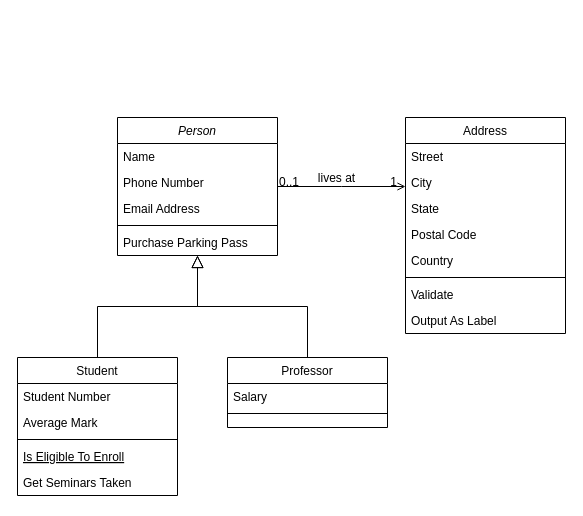
Earlier version of the draw.io diagram Diagrama sem nome.drawio (Meiguins/Desafio-IPhone). Source tidied: cells renumbered, new cells numbered last; positions are measured from the earlier drawing's top-left corner, leaving out a move shared by most shapes. Both pictures are drawn from the tidied source at 100%, with x=0, y=0 at pixel (17, 117).
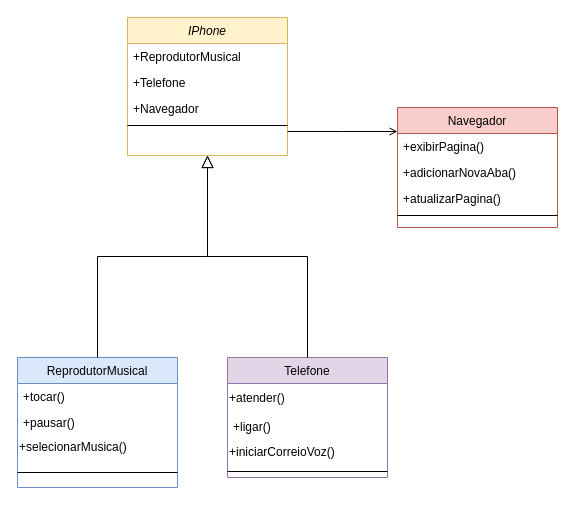
Above is the later version.

The change refers to these unchanged cells:
```xml
<mxCell id="28" style="endArrow=open;shadow=0;strokeWidth=1;rounded=0;endFill=1;edgeStyle=elbowEdgeStyle;elbow=vertical;" parent="1" edge="1" source="2" target="19">
  <mxGeometry x="0.5" y="41" relative="1" as="geometry">
    <mxPoint x="-40" y="32" as="offset" />
  </mxGeometry>
</mxCell>
```

Diff of the diagram source:
```diff
@@
-    <mxCell id="2" value="Person" style="swimlane;fontStyle=2;align=center;verticalAlign=top;horizontal=1;startSize=26;rounded=0;shadow=0;strokeWidth=1;" parent="1" vertex="1">
-      <mxGeometry x="100" width="160" height="138" as="geometry" />
+    <mxCell id="2" value="IPhone&#10;" style="swimlane;fontStyle=2;align=center;verticalAlign=top;horizontal=1;startSize=26;rounded=0;shadow=0;strokeWidth=1;fillColor=#fff2cc;strokeColor=#d6b656;" parent="1" vertex="1">
+      <mxGeometry x="110" y="-100" width="160" height="138" as="geometry" />
     </mxCell>
-    <mxCell id="3" value="Name" style="text;align=left;verticalAlign=top;spacingLeft=4;spacingRight=4;overflow=hidden;" parent="2" vertex="1">
+    <mxCell id="3" value="+ReprodutorMusical" style="text;align=left;verticalAlign=top;spacingLeft=4;spacingRight=4;overflow=hidden;" parent="2" vertex="1">
       <mxGeometry y="26" width="160" height="26" as="geometry" />
     </mxCell>
-    <mxCell id="4" value="Phone Number" style="text;align=left;verticalAlign=top;spacingLeft=4;spacingRight=4;overflow=hidden;rounded=0;shadow=0;html=0;" parent="2" vertex="1">
+    <mxCell id="4" value="+Telefone" style="text;align=left;verticalAlign=top;spacingLeft=4;spacingRight=4;overflow=hidden;rounded=0;shadow=0;html=0;" parent="2" vertex="1">
       <mxGeometry y="52" width="160" height="26" as="geometry" />
     </mxCell>
-    <mxCell id="5" value="Email Address" style="text;align=left;verticalAlign=top;spacingLeft=4;spacingRight=4;overflow=hidden;rounded=0;shadow=0;html=0;" parent="2" vertex="1">
+    <mxCell id="5" value="+Navegador" style="text;align=left;verticalAlign=top;spacingLeft=4;spacingRight=4;overflow=hidden;rounded=0;shadow=0;html=0;" parent="2" vertex="1">
       <mxGeometry y="78" width="160" height="26" as="geometry" />
     </mxCell>
@@
-    <mxCell id="7" value="Purchase Parking Pass" style="text;align=left;verticalAlign=top;spacingLeft=4;spacingRight=4;overflow=hidden;" parent="2" vertex="1">
-      <mxGeometry y="112" width="160" height="26" as="geometry" />
-    </mxCell>
-    <mxCell id="8" value="Student" style="swimlane;fontStyle=0;align=center;verticalAlign=top;horizontal=1;startSize=26;rounded=0;shadow=0;strokeWidth=1;" parent="1" vertex="1">
-      <mxGeometry y="240" width="160" height="138" as="geometry" />
+    <mxCell id="8" value="ReprodutorMusical&#10;" style="swimlane;fontStyle=0;align=center;verticalAlign=top;horizontal=1;startSize=26;rounded=0;shadow=0;strokeWidth=1;fillColor=#dae8fc;strokeColor=#6c8ebf;" parent="1" vertex="1">
+      <mxGeometry y="240" width="160" height="130" as="geometry" />
     </mxCell>
-    <mxCell id="9" value="Student Number" style="text;align=left;verticalAlign=top;spacingLeft=4;spacingRight=4;overflow=hidden;" parent="8" vertex="1">
+    <mxCell id="9" value="+tocar()" style="text;align=left;verticalAlign=top;spacingLeft=4;spacingRight=4;overflow=hidden;" parent="8" vertex="1">
       <mxGeometry y="26" width="160" height="26" as="geometry" />
     </mxCell>
-    <mxCell id="10" value="Average Mark" style="text;align=left;verticalAlign=top;spacingLeft=4;spacingRight=4;overflow=hidden;rounded=0;shadow=0;html=0;" parent="8" vertex="1">
-      <mxGeometry y="52" width="160" height="26" as="geometry" />
+    <mxCell id="10" value="+pausar()" style="text;align=left;verticalAlign=top;spacingLeft=4;spacingRight=4;overflow=hidden;rounded=0;shadow=0;html=0;" parent="8" vertex="1">
+      <mxGeometry y="52" width="160" height="28" as="geometry" />
     </mxCell>
+    <mxCell id="32" value="+selecionarMusica()" style="text;html=1;strokeColor=none;fillColor=none;align=left;verticalAlign=middle;whiteSpace=wrap;rounded=0;" parent="8" vertex="1">
+      <mxGeometry y="80" width="160" height="20" as="geometry" />
+    </mxCell>
     <mxCell id="11" style="line;html=1;strokeWidth=1;align=left;verticalAlign=middle;spacingTop=-1;spacingLeft=3;spacingRight=3;labelPosition=right;" parent="8" vertex="1">
-      <mxGeometry y="78" width="160" height="8" as="geometry" />
+      <mxGeometry y="100" width="160" height="30" as="geometry" />
     </mxCell>
-    <mxCell id="12" value="Is Eligible To Enroll" style="text;align=left;verticalAlign=top;spacingLeft=4;spacingRight=4;overflow=hidden;fontStyle=4;" parent="8" vertex="1">
-      <mxGeometry y="86" width="160" height="26" as="geometry" />
-    </mxCell>
-    <mxCell id="13" value="Get Seminars Taken" style="text;align=left;verticalAlign=top;spacingLeft=4;spacingRight=4;overflow=hidden;" parent="8" vertex="1">
-      <mxGeometry y="112" width="160" height="26" as="geometry" />
-    </mxCell>
@@
-    <mxCell id="15" value="Professor" style="swimlane;fontStyle=0;align=center;verticalAlign=top;horizontal=1;startSize=26;rounded=0;shadow=0;strokeWidth=1;" parent="1" vertex="1">
-      <mxGeometry x="210" y="240" width="160" height="70" as="geometry" />
+    <mxCell id="15" value="Telefone" style="swimlane;fontStyle=0;align=center;verticalAlign=top;horizontal=1;startSize=26;rounded=0;shadow=0;strokeWidth=1;fillColor=#e1d5e7;strokeColor=#9673a6;" parent="1" vertex="1">
+      <mxGeometry x="210" y="240" width="160" height="120" as="geometry" />
     </mxCell>
+    <mxCell id="33" value="+atender()" style="text;html=1;strokeColor=none;fillColor=none;align=left;verticalAlign=middle;whiteSpace=wrap;rounded=0;" parent="15" vertex="1">
+      <mxGeometry y="26" width="160" height="30" as="geometry" />
+    </mxCell>
-    <mxCell id="16" value="Salary" style="text;align=left;verticalAlign=top;spacingLeft=4;spacingRight=4;overflow=hidden;" parent="15" vertex="1">
-      <mxGeometry y="26" width="160" height="26" as="geometry" />
+    <mxCell id="16" value="+ligar()" style="text;align=left;verticalAlign=top;spacingLeft=4;spacingRight=4;overflow=hidden;" parent="15" vertex="1">
+      <mxGeometry y="56" width="160" height="24" as="geometry" />
     </mxCell>
+    <mxCell id="34" value="+iniciarCorreioVoz()" style="text;html=1;strokeColor=none;fillColor=none;align=left;verticalAlign=middle;whiteSpace=wrap;rounded=0;" parent="15" vertex="1">
+      <mxGeometry y="80" width="160" height="30" as="geometry" />
+    </mxCell>
     <mxCell id="17" style="line;html=1;strokeWidth=1;align=left;verticalAlign=middle;spacingTop=-1;spacingLeft=3;spacingRight=3;labelPosition=right;" parent="15" vertex="1">
-      <mxGeometry y="52" width="160" height="8" as="geometry" />
+      <mxGeometry y="110" width="160" height="8" as="geometry" />
     </mxCell>
@@
-    <mxCell id="19" value="Address" style="swimlane;fontStyle=0;align=center;verticalAlign=top;horizontal=1;startSize=26;rounded=0;shadow=0;strokeWidth=1;" parent="1" vertex="1">
-      <mxGeometry x="388" width="160" height="216" as="geometry" />
+    <mxCell id="19" value="Navegador" style="swimlane;fontStyle=0;align=center;verticalAlign=top;horizontal=1;startSize=26;rounded=0;shadow=0;strokeWidth=1;fillColor=#f8cecc;strokeColor=#b85450;" parent="1" vertex="1">
+      <mxGeometry x="380" y="-10" width="160" height="120" as="geometry" />
     </mxCell>
-    <mxCell id="20" value="Street" style="text;align=left;verticalAlign=top;spacingLeft=4;spacingRight=4;overflow=hidden;" parent="19" vertex="1">
+    <mxCell id="20" value="+exibirPagina()" style="text;align=left;verticalAlign=top;spacingLeft=4;spacingRight=4;overflow=hidden;" parent="19" vertex="1">
       <mxGeometry y="26" width="160" height="26" as="geometry" />
     </mxCell>
-    <mxCell id="21" value="City" style="text;align=left;verticalAlign=top;spacingLeft=4;spacingRight=4;overflow=hidden;rounded=0;shadow=0;html=0;" parent="19" vertex="1">
+    <mxCell id="21" value="+adicionarNovaAba()" style="text;align=left;verticalAlign=top;spacingLeft=4;spacingRight=4;overflow=hidden;rounded=0;shadow=0;html=0;" parent="19" vertex="1">
       <mxGeometry y="52" width="160" height="26" as="geometry" />
     </mxCell>
-    <mxCell id="22" value="State" style="text;align=left;verticalAlign=top;spacingLeft=4;spacingRight=4;overflow=hidden;rounded=0;shadow=0;html=0;" parent="19" vertex="1">
+    <mxCell id="22" value="+atualizarPagina()" style="text;align=left;verticalAlign=top;spacingLeft=4;spacingRight=4;overflow=hidden;rounded=0;shadow=0;html=0;" parent="19" vertex="1">
       <mxGeometry y="78" width="160" height="26" as="geometry" />
     </mxCell>
-    <mxCell id="23" value="Postal Code" style="text;align=left;verticalAlign=top;spacingLeft=4;spacingRight=4;overflow=hidden;rounded=0;shadow=0;html=0;" parent="19" vertex="1">
-      <mxGeometry y="104" width="160" height="26" as="geometry" />
-    </mxCell>
-    <mxCell id="24" value="Country" style="text;align=left;verticalAlign=top;spacingLeft=4;spacingRight=4;overflow=hidden;rounded=0;shadow=0;html=0;" parent="19" vertex="1">
-      <mxGeometry y="130" width="160" height="26" as="geometry" />
-    </mxCell>
     <mxCell id="25" style="line;html=1;strokeWidth=1;align=left;verticalAlign=middle;spacingTop=-1;spacingLeft=3;spacingRight=3;labelPosition=right;" parent="19" vertex="1">
-      <mxGeometry y="156" width="160" height="8" as="geometry" />
+      <mxGeometry y="104" width="160" height="8" as="geometry" />
     </mxCell>
-    <mxCell id="26" value="Validate" style="text;align=left;verticalAlign=top;spacingLeft=4;spacingRight=4;overflow=hidden;" parent="19" vertex="1">
-      <mxGeometry y="164" width="160" height="26" as="geometry" />
-    </mxCell>
-    <mxCell id="27" value="Output As Label" style="text;align=left;verticalAlign=top;spacingLeft=4;spacingRight=4;overflow=hidden;" parent="19" vertex="1">
-      <mxGeometry y="190" width="160" height="26" as="geometry" />
-    </mxCell>
@@
-    <mxCell id="29" value="0..1" style="align=left;verticalAlign=bottom;labelBackgroundColor=none;fontSize=12;" parent="28" vertex="1">
-      <mxGeometry x="-1" relative="1" as="geometry">
-        <mxPoint y="4" as="offset" />
-      </mxGeometry>
-    </mxCell>
-    <mxCell id="30" value="1" style="align=right;verticalAlign=bottom;labelBackgroundColor=none;fontSize=12;" parent="28" vertex="1">
-      <mxGeometry x="1" relative="1" as="geometry">
-        <mxPoint x="-7" y="4" as="offset" />
-      </mxGeometry>
-    </mxCell>
-    <mxCell id="31" value="lives at" style="text;html=1;align=center;verticalAlign=middle;labelBackgroundColor=none;rounded=0;shadow=0;strokeWidth=1;fontSize=12;" parent="28" vertex="1">
-      <mxGeometry x="0.5" y="49" relative="1" as="geometry">
-        <mxPoint x="-38" y="40" as="offset" />
-      </mxGeometry>
-    </mxCell>
```
